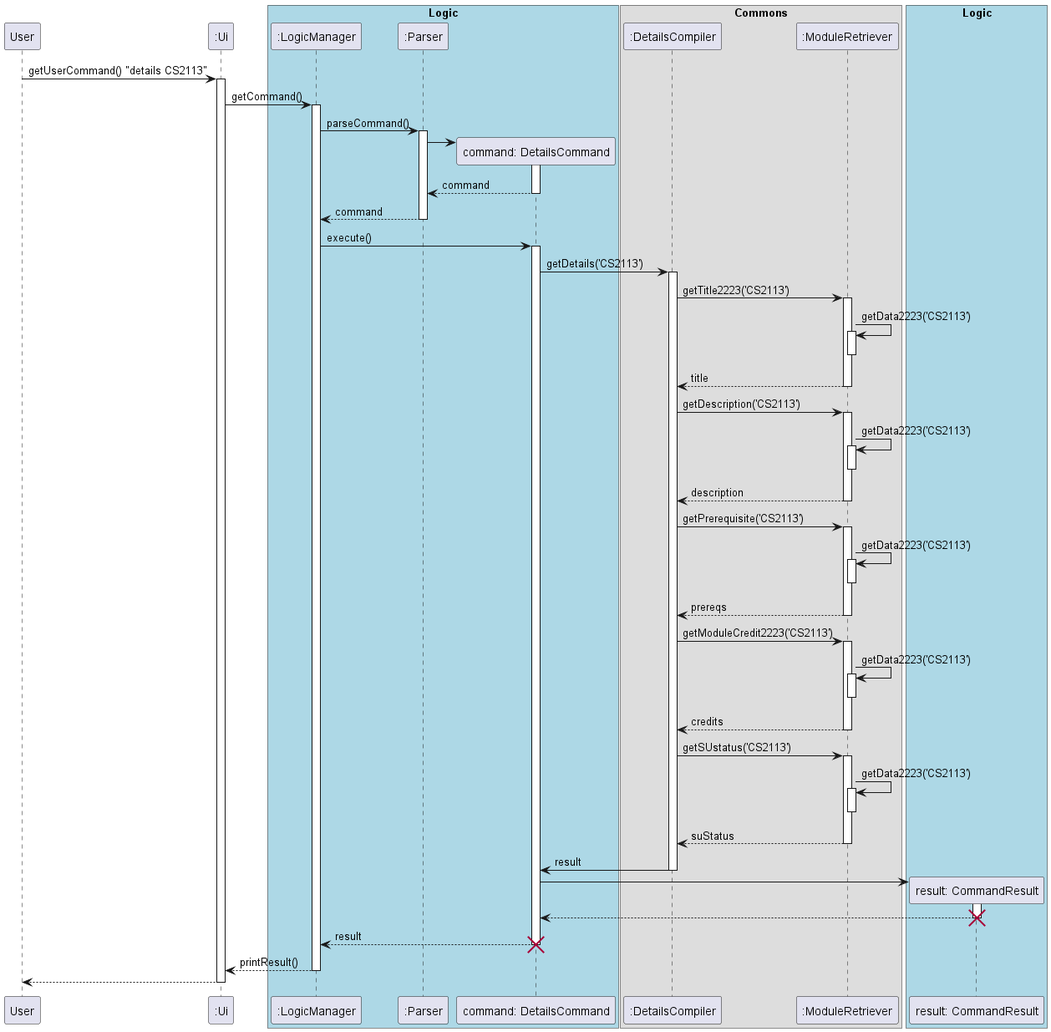
Above: docs/uml/diagrams/DetailsSequence.png in sriram-senthilkr/tp (PlantUML), before the change.
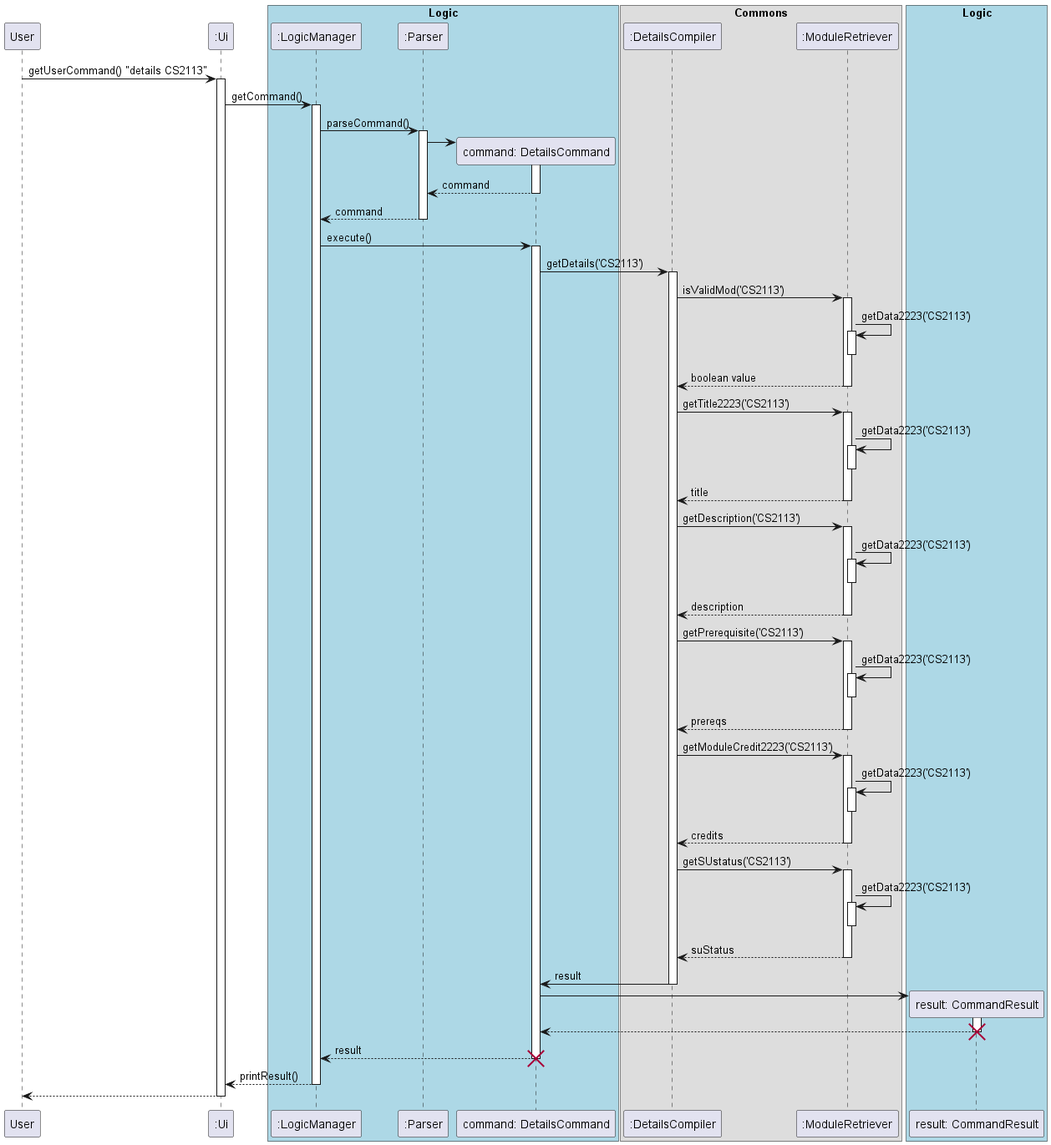
After the commit.

Change to the diagram source:
```diff
@@ -48,6 +48,14 @@
 
 DetailsCommand -> DetailsCompiler: getDetails('CS2113')
 activate DetailsCompiler
+
+DetailsCompiler -> ModuleRetriever: isValidMod('CS2113')
+activate ModuleRetriever
+ModuleRetriever -> ModuleRetriever: getData2223('CS2113')
+activate ModuleRetriever
+deactivate ModuleRetriever
+ModuleRetriever --> DetailsCompiler: boolean value
+deactivate ModuleRetriever
 
 DetailsCompiler -> ModuleRetriever: getTitle2223('CS2113')
 activate ModuleRetriever
```
